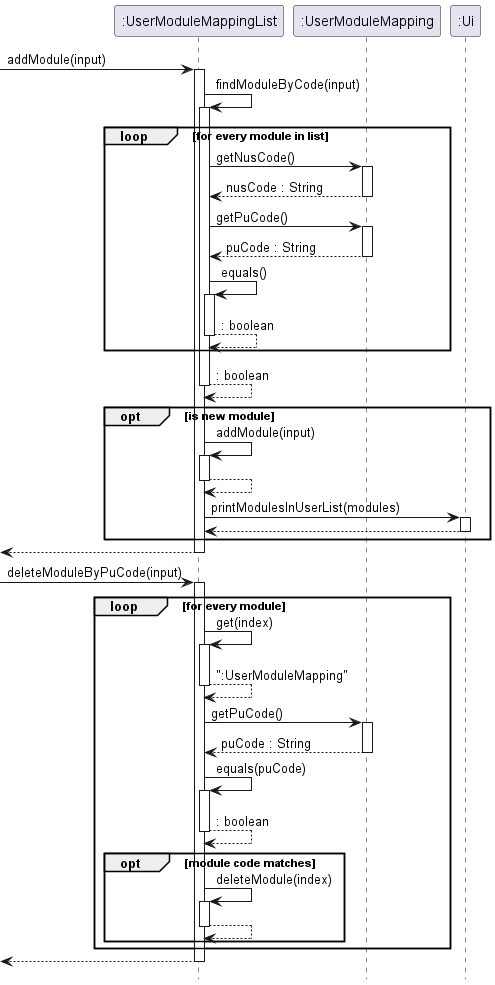
Before: docs/images/UserModuleMapping_Sequence.png, a diagram exported from PlantUML (nus-cs2113-AY2223S1/tp).
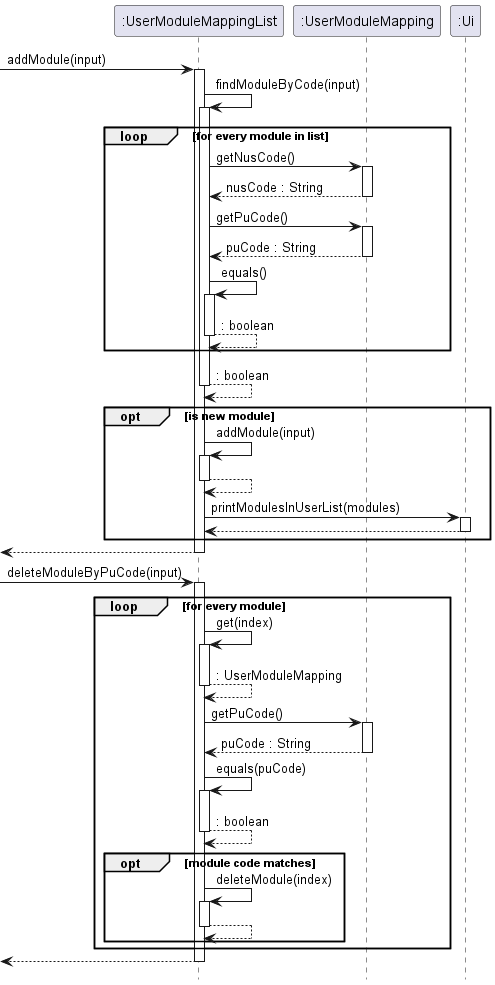
Above is the later version.

What changed in the source:
```diff
@@ -34,7 +34,7 @@
 loop for every module
     ":UserModuleMappingList" -> ":UserModuleMappingList" : get(index)
     activate ":UserModuleMappingList"
-    return ":UserModuleMapping"
+    return : UserModuleMapping
     ":UserModuleMappingList" -> ":UserModuleMapping" : getPuCode()
     activate ":UserModuleMapping"
     return puCode : String
```
